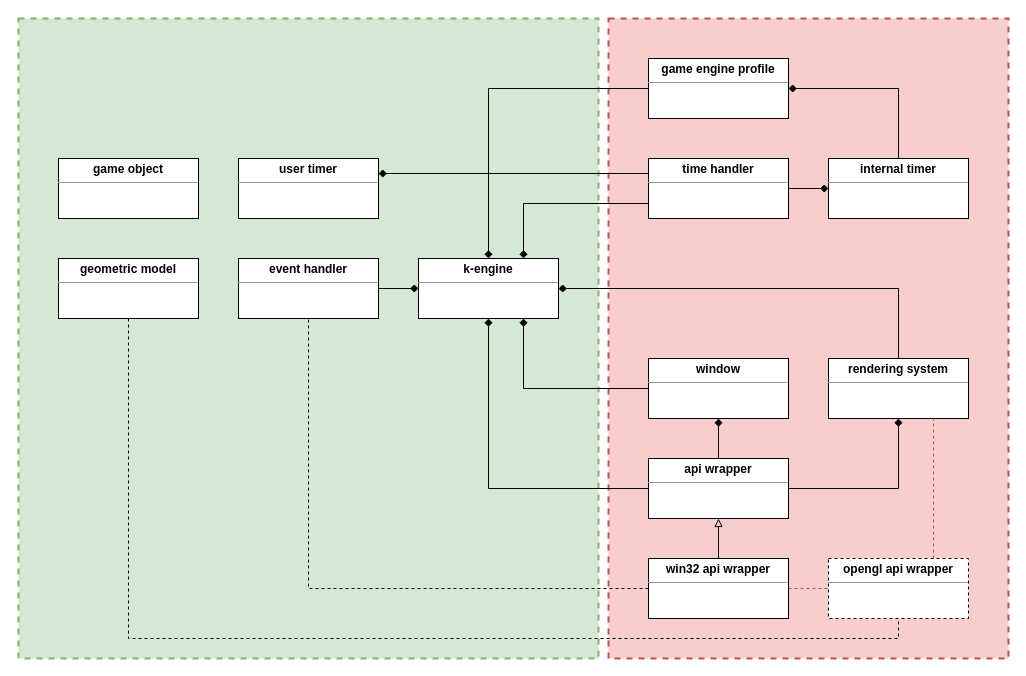
This is _docs/k-engine-classes.drawio from Keshizin/k-engine, a draw.io file, before an edit. Source tidied: cells renumbered, new cells numbered last; positions are measured from the earlier drawing's top-left corner, leaving out a move shared by most shapes. Both pictures are drawn from the tidied source at 100%, with x=0, y=0 at pixel (18, 18).
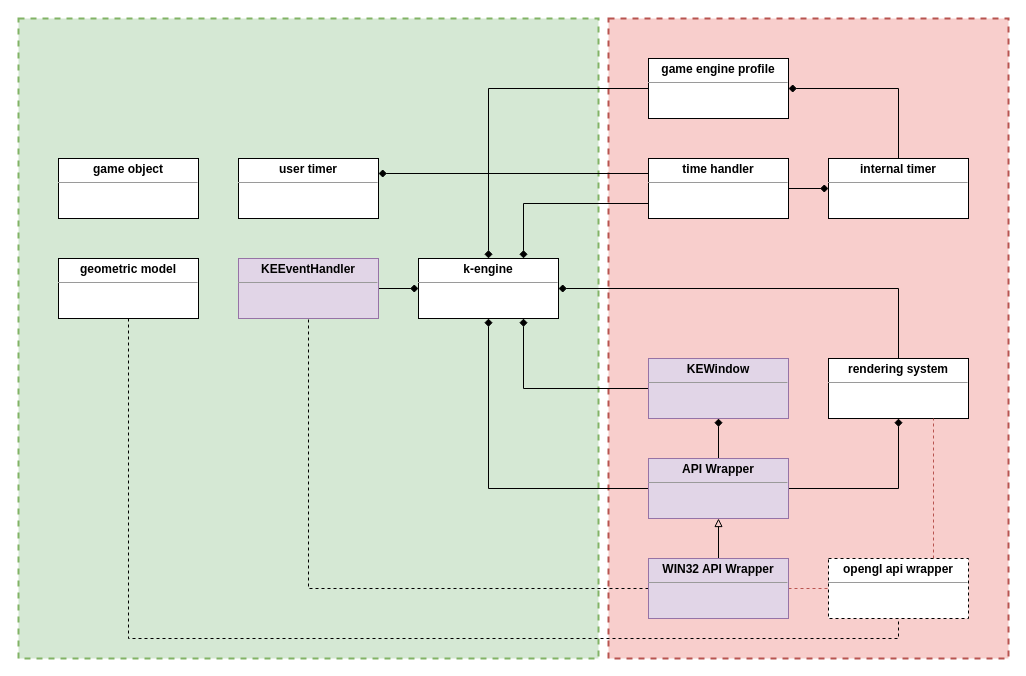
Above is the later version.

Unchanged cells that the change refers to:
```xml
<mxCell id="4" value="&lt;p style=&quot;margin: 0px ; margin-top: 4px ; text-align: center&quot;&gt;&lt;b&gt;k-engine&lt;/b&gt;&lt;/p&gt;&lt;hr size=&quot;1&quot;&gt;&lt;div style=&quot;height: 2px&quot;&gt;&lt;/div&gt;" style="verticalAlign=top;align=left;overflow=fill;fontSize=12;fontFamily=Helvetica;html=1;" parent="1" vertex="1">
  <mxGeometry x="400" y="240" width="140" height="60" as="geometry" />
</mxCell>
<mxCell id="18" value="&lt;p style=&quot;margin: 0px ; margin-top: 4px ; text-align: center&quot;&gt;&lt;b&gt;rendering system&lt;/b&gt;&lt;/p&gt;&lt;hr size=&quot;1&quot;&gt;&lt;div style=&quot;height: 2px&quot;&gt;&lt;/div&gt;" style="verticalAlign=top;align=left;overflow=fill;fontSize=12;fontFamily=Helvetica;html=1;" parent="1" vertex="1">
  <mxGeometry x="810" y="340" width="140" height="60" as="geometry" />
</mxCell>
<mxCell id="27" value="&lt;p style=&quot;margin: 0px ; margin-top: 4px ; text-align: center&quot;&gt;&lt;b&gt;opengl api wrapper&lt;/b&gt;&lt;/p&gt;&lt;hr size=&quot;1&quot;&gt;&lt;div style=&quot;height: 2px&quot;&gt;&lt;/div&gt;" style="verticalAlign=top;align=left;overflow=fill;fontSize=12;fontFamily=Helvetica;html=1;dashed=1;" parent="1" vertex="1">
  <mxGeometry x="810" y="540" width="140" height="60" as="geometry" />
</mxCell>
```

The edit, as a diff of the source:
```diff
@@
-    <mxCell id="2" style="rounded=0;whiteSpace=wrap;html=1;dashed=1;strokeColor=#82b366;strokeWidth=2;fillColor=#d5e8d4;" parent="1" vertex="1">
-      <mxGeometry width="580" height="640" as="geometry" />
-    </mxCell>
-    <mxCell id="3" style="rounded=0;whiteSpace=wrap;html=1;dashed=1;strokeColor=#b85450;strokeWidth=2;fillColor=#f8cecc;" parent="1" vertex="1">
-      <mxGeometry x="590" width="400" height="640" as="geometry" />
-    </mxCell>
+    <mxCell id="33" style="rounded=0;whiteSpace=wrap;html=1;dashed=1;strokeColor=#82b366;strokeWidth=2;fillColor=#d5e8d4;" parent="1" vertex="1">
+      <mxGeometry width="580" height="640" as="geometry" />
+    </mxCell>
+    <mxCell id="34" style="rounded=0;whiteSpace=wrap;html=1;dashed=1;strokeColor=#b85450;strokeWidth=2;fillColor=#f8cecc;" parent="1" vertex="1">
+      <mxGeometry x="590" width="400" height="640" as="geometry" />
+    </mxCell>
@@
-    <mxCell id="5" style="edgeStyle=orthogonalEdgeStyle;rounded=0;jettySize=auto;html=1;endArrow=diamond;endFill=1;entryX=0.75;entryY=1;entryDx=0;entryDy=0;" parent="1" edge="1" source="6" target="4">
-      <mxGeometry relative="1" as="geometry" />
-    </mxCell>
-    <mxCell id="6" value="&lt;p style=&quot;margin: 0px ; margin-top: 4px ; text-align: center&quot;&gt;&lt;b&gt;window&lt;/b&gt;&lt;/p&gt;&lt;hr size=&quot;1&quot;&gt;&lt;div style=&quot;height: 2px&quot;&gt;&lt;/div&gt;" style="verticalAlign=top;align=left;overflow=fill;fontSize=12;fontFamily=Helvetica;html=1;" parent="1" vertex="1">
-      <mxGeometry x="630" y="340" width="140" height="60" as="geometry" />
-    </mxCell>
-    <mxCell id="7" style="edgeStyle=orthogonalEdgeStyle;rounded=0;jettySize=auto;html=1;endArrow=diamond;endFill=1;exitX=0.5;exitY=0;exitDx=0;exitDy=0;" parent="1" edge="1" source="10" target="6">
-      <mxGeometry relative="1" as="geometry" />
-    </mxCell>
-    <mxCell id="8" style="edgeStyle=orthogonalEdgeStyle;rounded=0;jettySize=auto;html=1;endArrow=diamond;endFill=1;" parent="1" edge="1" source="10" target="4">
-      <mxGeometry relative="1" as="geometry" />
-    </mxCell>
-    <mxCell id="9" style="edgeStyle=orthogonalEdgeStyle;rounded=0;jettySize=auto;html=1;endArrow=diamond;endFill=1;" parent="1" edge="1" source="10" target="18">
-      <mxGeometry relative="1" as="geometry" />
-    </mxCell>
-    <mxCell id="10" value="&lt;p style=&quot;margin: 0px ; margin-top: 4px ; text-align: center&quot;&gt;&lt;b&gt;api wrapper&lt;/b&gt;&lt;/p&gt;&lt;hr size=&quot;1&quot;&gt;&lt;div style=&quot;height: 2px&quot;&gt;&lt;/div&gt;" style="verticalAlign=top;align=left;overflow=fill;fontSize=12;fontFamily=Helvetica;html=1;" parent="1" vertex="1">
-      <mxGeometry x="630" y="440" width="140" height="60" as="geometry" />
-    </mxCell>
-    <mxCell id="11" style="edgeStyle=orthogonalEdgeStyle;rounded=0;jettySize=auto;html=1;endArrow=block;endFill=0;" parent="1" edge="1" source="14" target="10">
-      <mxGeometry relative="1" as="geometry" />
-    </mxCell>
-    <mxCell id="12" style="edgeStyle=orthogonalEdgeStyle;rounded=0;jettySize=auto;html=1;entryX=0.5;entryY=1;entryDx=0;entryDy=0;endArrow=none;endFill=0;dashed=1;" parent="1" edge="1" source="14" target="16">
-      <mxGeometry relative="1" as="geometry" />
-    </mxCell>
-    <mxCell id="13" style="edgeStyle=orthogonalEdgeStyle;rounded=0;jettySize=auto;html=1;endArrow=none;endFill=0;dashed=1;fillColor=#f8cecc;strokeColor=#b85450;" parent="1" edge="1" source="14" target="27">
-      <mxGeometry relative="1" as="geometry" />
-    </mxCell>
-    <mxCell id="14" value="&lt;p style=&quot;margin: 0px ; margin-top: 4px ; text-align: center&quot;&gt;&lt;b&gt;win32 api wrapper&lt;/b&gt;&lt;/p&gt;&lt;hr size=&quot;1&quot;&gt;&lt;div style=&quot;height: 2px&quot;&gt;&lt;/div&gt;" style="verticalAlign=top;align=left;overflow=fill;fontSize=12;fontFamily=Helvetica;html=1;" parent="1" vertex="1">
-      <mxGeometry x="630" y="540" width="140" height="60" as="geometry" />
-    </mxCell>
-    <mxCell id="15" style="edgeStyle=orthogonalEdgeStyle;rounded=0;jettySize=auto;html=1;endArrow=diamond;endFill=1;" parent="1" edge="1" source="16" target="4">
-      <mxGeometry relative="1" as="geometry" />
-    </mxCell>
-    <mxCell id="16" value="&lt;p style=&quot;margin: 0px ; margin-top: 4px ; text-align: center&quot;&gt;&lt;b&gt;event handler&lt;/b&gt;&lt;/p&gt;&lt;hr size=&quot;1&quot;&gt;&lt;div style=&quot;height: 2px&quot;&gt;&lt;/div&gt;" style="verticalAlign=top;align=left;overflow=fill;fontSize=12;fontFamily=Helvetica;html=1;" parent="1" vertex="1">
-      <mxGeometry x="220" y="240" width="140" height="60" as="geometry" />
-    </mxCell>
+    <mxCell id="35" style="edgeStyle=orthogonalEdgeStyle;rounded=0;jettySize=auto;html=1;endArrow=diamond;endFill=1;entryX=0.75;entryY=1;entryDx=0;entryDy=0;" parent="1" edge="1" source="36" target="4">
+      <mxGeometry relative="1" as="geometry" />
+    </mxCell>
+    <mxCell id="36" value="&lt;p style=&quot;margin: 0px ; margin-top: 4px ; text-align: center&quot;&gt;&lt;b&gt;KEWindow&lt;/b&gt;&lt;/p&gt;&lt;hr size=&quot;1&quot;&gt;&lt;div style=&quot;height: 2px&quot;&gt;&lt;/div&gt;" style="verticalAlign=top;align=left;overflow=fill;fontSize=12;fontFamily=Helvetica;html=1;fillColor=#e1d5e7;strokeColor=#9673a6;" parent="1" vertex="1">
+      <mxGeometry x="630" y="340" width="140" height="60" as="geometry" />
+    </mxCell>
+    <mxCell id="37" style="edgeStyle=orthogonalEdgeStyle;rounded=0;jettySize=auto;html=1;endArrow=diamond;endFill=1;exitX=0.5;exitY=0;exitDx=0;exitDy=0;" parent="1" edge="1" source="40" target="36">
+      <mxGeometry relative="1" as="geometry" />
+    </mxCell>
+    <mxCell id="38" style="edgeStyle=orthogonalEdgeStyle;rounded=0;jettySize=auto;html=1;endArrow=diamond;endFill=1;" parent="1" edge="1" source="40" target="4">
+      <mxGeometry relative="1" as="geometry" />
+    </mxCell>
+    <mxCell id="39" style="edgeStyle=orthogonalEdgeStyle;rounded=0;jettySize=auto;html=1;endArrow=diamond;endFill=1;" parent="1" edge="1" source="40" target="18">
+      <mxGeometry relative="1" as="geometry" />
+    </mxCell>
+    <mxCell id="40" value="&lt;p style=&quot;margin: 0px ; margin-top: 4px ; text-align: center&quot;&gt;&lt;b&gt;API Wrapper&lt;/b&gt;&lt;/p&gt;&lt;hr size=&quot;1&quot;&gt;&lt;div style=&quot;height: 2px&quot;&gt;&lt;/div&gt;" style="verticalAlign=top;align=left;overflow=fill;fontSize=12;fontFamily=Helvetica;html=1;fillColor=#e1d5e7;strokeColor=#9673a6;" parent="1" vertex="1">
+      <mxGeometry x="630" y="440" width="140" height="60" as="geometry" />
+    </mxCell>
+    <mxCell id="41" style="edgeStyle=orthogonalEdgeStyle;rounded=0;jettySize=auto;html=1;endArrow=block;endFill=0;" parent="1" edge="1" source="44" target="40">
+      <mxGeometry relative="1" as="geometry" />
+    </mxCell>
+    <mxCell id="42" style="edgeStyle=orthogonalEdgeStyle;rounded=0;jettySize=auto;html=1;entryX=0.5;entryY=1;entryDx=0;entryDy=0;endArrow=none;endFill=0;dashed=1;" parent="1" edge="1" source="44" target="46">
+      <mxGeometry relative="1" as="geometry" />
+    </mxCell>
+    <mxCell id="43" style="edgeStyle=orthogonalEdgeStyle;rounded=0;jettySize=auto;html=1;endArrow=none;endFill=0;dashed=1;fillColor=#f8cecc;strokeColor=#b85450;" parent="1" edge="1" source="44" target="27">
+      <mxGeometry relative="1" as="geometry" />
+    </mxCell>
+    <mxCell id="44" value="&lt;p style=&quot;margin: 0px ; margin-top: 4px ; text-align: center&quot;&gt;&lt;b&gt;WIN32 API Wrapper&lt;/b&gt;&lt;/p&gt;&lt;hr size=&quot;1&quot;&gt;&lt;div style=&quot;height: 2px&quot;&gt;&lt;/div&gt;" style="verticalAlign=top;align=left;overflow=fill;fontSize=12;fontFamily=Helvetica;html=1;fillColor=#e1d5e7;strokeColor=#9673a6;" parent="1" vertex="1">
+      <mxGeometry x="630" y="540" width="140" height="60" as="geometry" />
+    </mxCell>
+    <mxCell id="45" style="edgeStyle=orthogonalEdgeStyle;rounded=0;jettySize=auto;html=1;endArrow=diamond;endFill=1;" parent="1" edge="1" source="46" target="4">
+      <mxGeometry relative="1" as="geometry" />
+    </mxCell>
+    <mxCell id="46" value="&lt;p style=&quot;margin: 0px ; margin-top: 4px ; text-align: center&quot;&gt;&lt;b&gt;KEEventHandler&lt;/b&gt;&lt;/p&gt;&lt;hr size=&quot;1&quot;&gt;&lt;div style=&quot;height: 2px&quot;&gt;&lt;/div&gt;" style="verticalAlign=top;align=left;overflow=fill;fontSize=12;fontFamily=Helvetica;html=1;fillColor=#e1d5e7;strokeColor=#9673a6;" parent="1" vertex="1">
+      <mxGeometry x="220" y="240" width="140" height="60" as="geometry" />
+    </mxCell>
```
